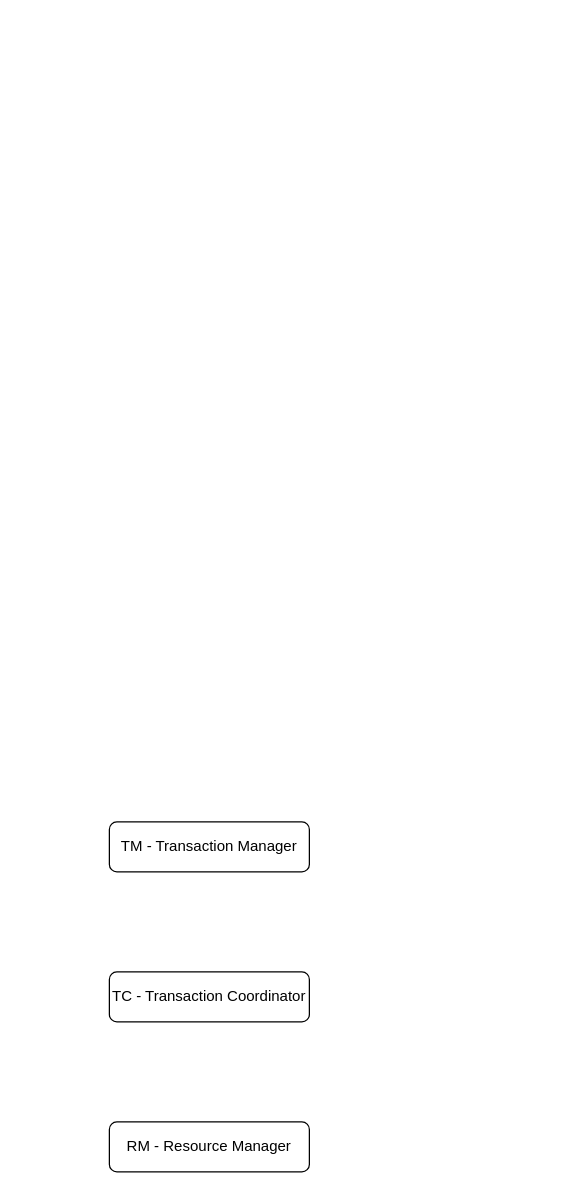
Before: page "Main" (1 of 7) of 分布式事务&Seata.drawio in bayern01kahn/Tech_Diagrams, a draw.io diagram. Source tidied: cells renumbered, new cells numbered last; positions are measured from the earlier drawing's top-left corner, leaving out a move shared by most shapes. Both pictures are drawn from the tidied source at 125%, with x=0, y=0 at pixel (109, 821).
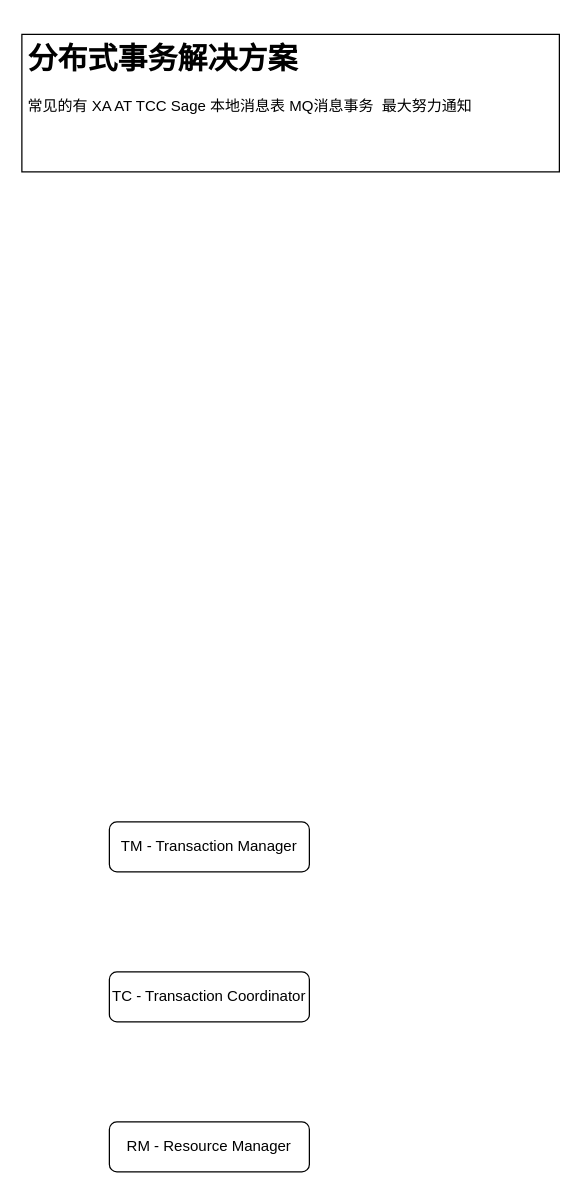
The same diagram, later.

The edit, as a diff of the source:
```diff
@@
 <mxGraphModel>
   <root>
     <mxCell id="0" />
     <mxCell id="1" parent="0" />
     <mxCell id="2" value="TM - Transaction Manager" style="rounded=1;whiteSpace=wrap;html=1;shadow=0;glass=0;sketch=0;" parent="1" vertex="1">
       <mxGeometry width="160" height="40" as="geometry" />
     </mxCell>
     <mxCell id="3" value="TC - Transaction Coordinator" style="rounded=1;whiteSpace=wrap;html=1;shadow=0;glass=0;sketch=0;" parent="1" vertex="1">
       <mxGeometry y="120" width="160" height="40" as="geometry" />
     </mxCell>
     <mxCell id="4" value="RM - Resource Manager" style="rounded=1;whiteSpace=wrap;html=1;shadow=0;glass=0;sketch=0;" parent="1" vertex="1">
       <mxGeometry y="240" width="160" height="40" as="geometry" />
     </mxCell>
+    <mxCell id="5" value="&lt;h1&gt;分布式事务解决方案&lt;/h1&gt;&lt;p&gt;常见的有 XA AT TCC Sage 本地消息表 MQ消息事务&amp;nbsp; 最大努力通知&lt;/p&gt;" style="text;html=1;spacing=5;spacingTop=-20;whiteSpace=wrap;overflow=hidden;rounded=0;fillColor=#ffffff;strokeColor=#000000;" parent="1" vertex="1">
+      <mxGeometry x="-70" y="-630" width="430" height="110" as="geometry" />
+    </mxCell>
   </root>
 </mxGraphModel>
```
